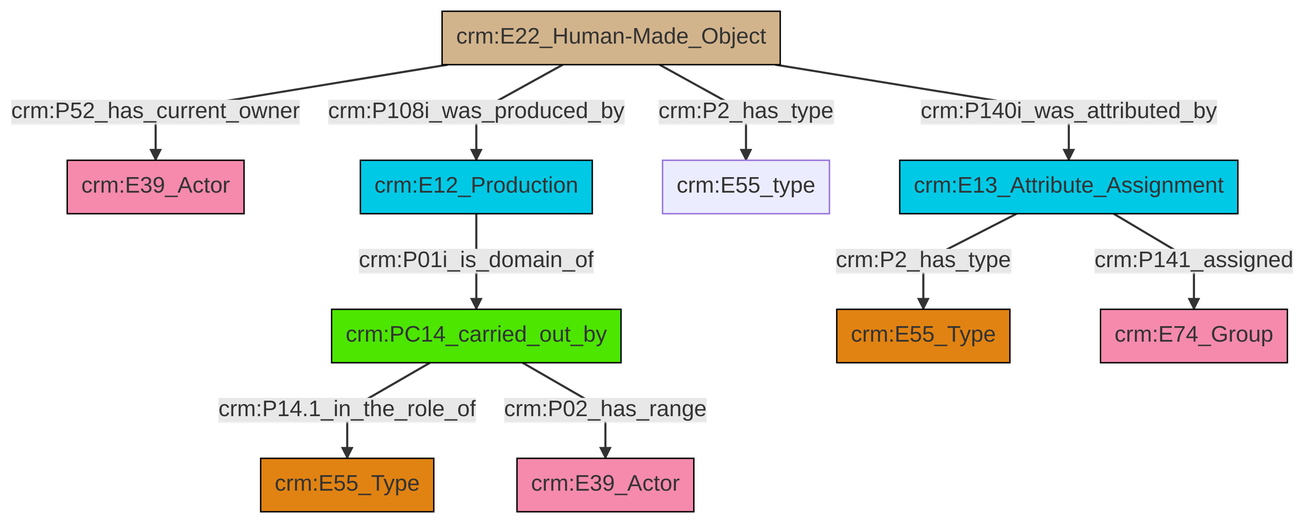
swiss-art-research-net/reference-data-models keeps this Mermaid diagram as et/builtWorkCSV/ttl/mmd/png/Built_Work_actor_relations.png. Above is the earlier version. Its source is kept beside it as et/builtWorkCSV/ttl/mmd/Built_Work_actor_relations.ttl.mmd.
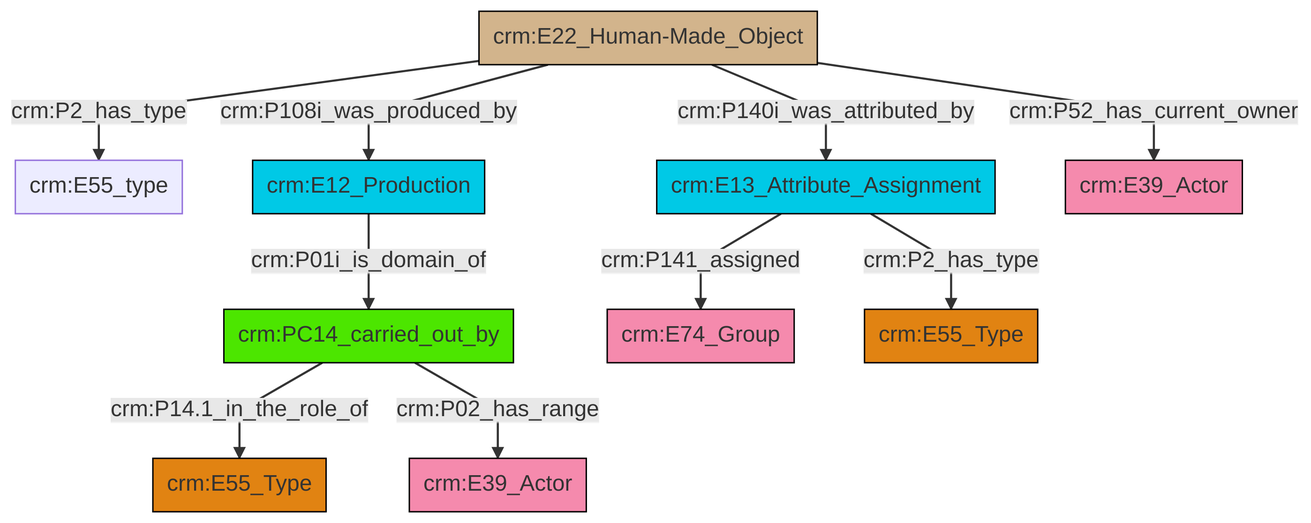
After the commit.

Diff of the diagram source:
```diff
@@ -13,12 +13,12 @@
 classDef PC_Classes fill:#4ce600, stroke:#000000;
 classDef Multi fill:#cccccc,stroke:#000000;
 
-0["crm:E22_Human-Made_Object"]:::Physical_Thing -->|crm:P52_has_current_owner| 1["crm:E39_Actor"]:::Actor
-4["crm:PC14_carried_out_by"]:::PC_Classes -->|crm:P14.1_in_the_role_of| 5["crm:E55_Type"]:::Type
+0["crm:E22_Human-Made_Object"]:::Physical_Thing -->|crm:P2_has_type| 1["crm:E55_type"]:::Default
 0["crm:E22_Human-Made_Object"]:::Physical_Thing -->|crm:P108i_was_produced_by| 8["crm:E12_Production"]:::Temporal_Entity
-4["crm:PC14_carried_out_by"]:::PC_Classes -->|crm:P02_has_range| 9["crm:E39_Actor"]:::Actor
-0["crm:E22_Human-Made_Object"]:::Physical_Thing -->|crm:P140i_was_attributed_by| 2["crm:E13_Attribute_Assignment"]:::Temporal_Entity
-2["crm:E13_Attribute_Assignment"]:::Temporal_Entity -->|crm:P2_has_type| 10["crm:E55_Type"]:::Type
-0["crm:E22_Human-Made_Object"]:::Physical_Thing -->|crm:P2_has_type| 6["crm:E55_type"]:::Default
-8["crm:E12_Production"]:::Temporal_Entity -->|crm:P01i_is_domain_of| 4["crm:PC14_carried_out_by"]:::PC_Classes
-2["crm:E13_Attribute_Assignment"]:::Temporal_Entity -->|crm:P141_assigned| 16["crm:E74_Group"]:::Actor
+9["crm:E13_Attribute_Assignment"]:::Temporal_Entity -->|crm:P141_assigned| 10["crm:E74_Group"]:::Actor
+0["crm:E22_Human-Made_Object"]:::Physical_Thing -->|crm:P140i_was_attributed_by| 9["crm:E13_Attribute_Assignment"]:::Temporal_Entity
+8["crm:E12_Production"]:::Temporal_Entity -->|crm:P01i_is_domain_of| 6["crm:PC14_carried_out_by"]:::PC_Classes
+6["crm:PC14_carried_out_by"]:::PC_Classes -->|crm:P14.1_in_the_role_of| 11["crm:E55_Type"]:::Type
+6["crm:PC14_carried_out_by"]:::PC_Classes -->|crm:P02_has_range| 13["crm:E39_Actor"]:::Actor
+9["crm:E13_Attribute_Assignment"]:::Temporal_Entity -->|crm:P2_has_type| 4["crm:E55_Type"]:::Type
+0["crm:E22_Human-Made_Object"]:::Physical_Thing -->|crm:P52_has_current_owner| 2["crm:E39_Actor"]:::Actor
```
